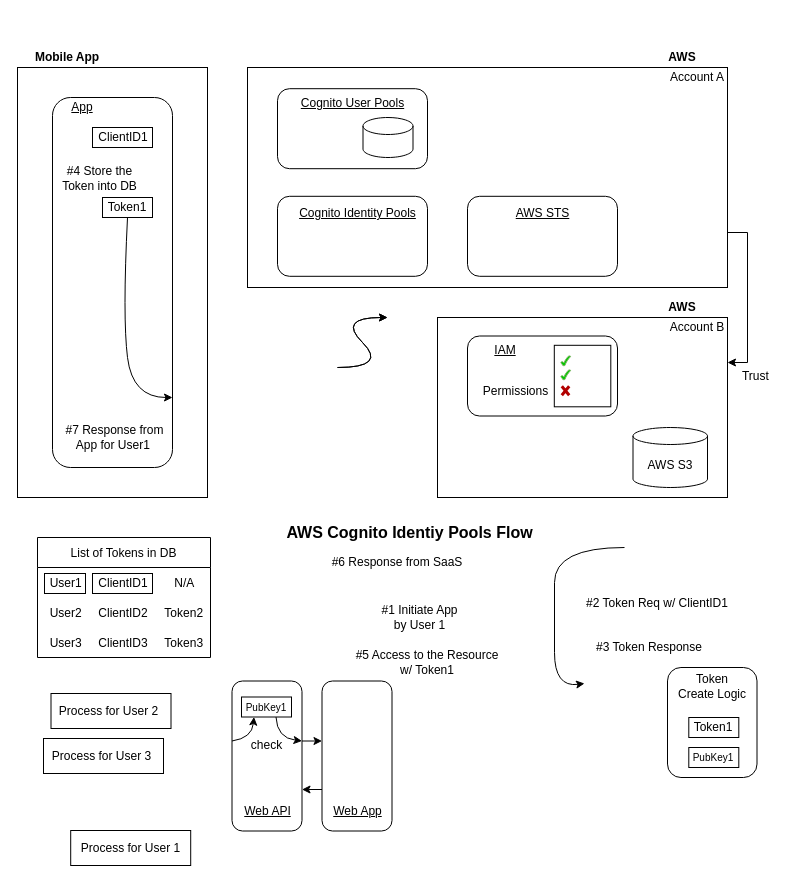
Before: AWS_Cognito.drawio in developer-onizuka/OAuth2.0_Authorization, a draw.io diagram. Source tidied: cells renumbered, new cells numbered last; positions are measured from the earlier drawing's top-left corner, leaving out a move shared by most shapes. Both pictures are drawn from the tidied source at 100%, with x=0, y=0 at pixel (17, 47).
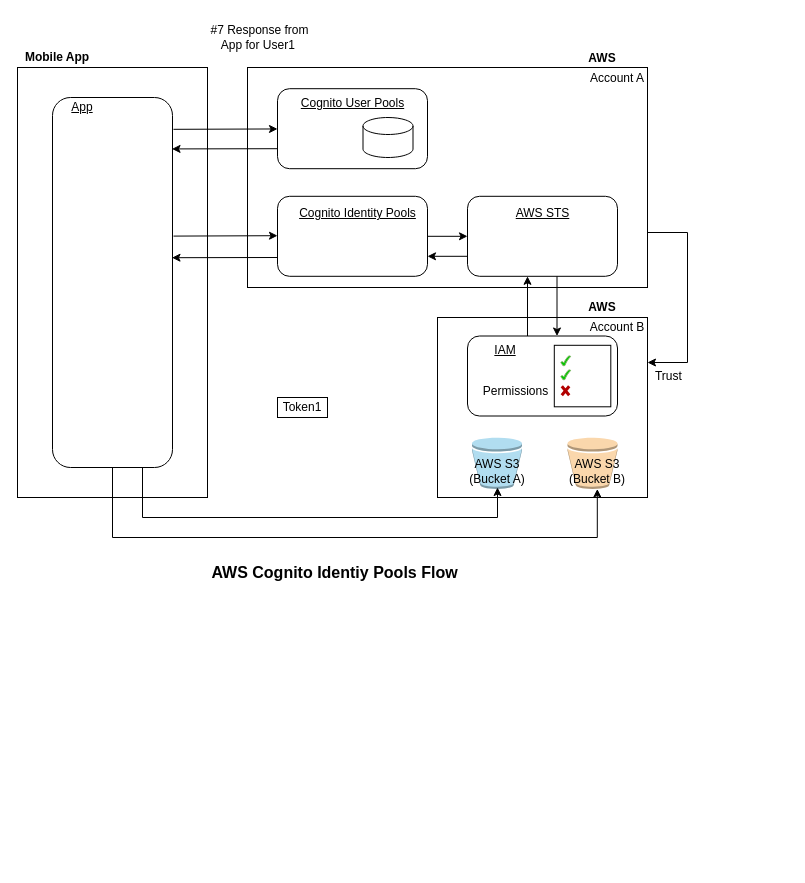
The same diagram, later.

Unchanged cells that the change refers to:
```xml
<mxCell id="3" style="rounded=1;whiteSpace=wrap;html=1;" parent="1" vertex="1">
  <mxGeometry x="35" y="50" width="120" height="370" as="geometry" />
</mxCell>
<mxCell id="14" style="rounded=1;whiteSpace=wrap;html=1;" parent="1" vertex="1">
  <mxGeometry x="260" y="148.8" width="150" height="80" as="geometry" />
</mxCell>
<mxCell id="58" style="rounded=1;whiteSpace=wrap;html=1;" parent="1" vertex="1">
  <mxGeometry x="450" y="148.8" width="150" height="80" as="geometry" />
</mxCell>
<mxCell id="62" style="rounded=1;whiteSpace=wrap;html=1;" parent="1" vertex="1">
  <mxGeometry x="260" y="41.2" width="150" height="80" as="geometry" />
</mxCell>
```

What changed in the source:
```diff
@@
-    <mxCell id="5" value="List of Tokens in DB" style="swimlane;fontStyle=0;horizontal=1;startSize=30;" parent="1" vertex="1">
-      <mxGeometry x="20" y="490" width="173" height="120" as="geometry" />
-    </mxCell>
-    <mxCell id="6" value="  User1     ClientID1        N/A" style="text;strokeColor=none;fillColor=none;align=left;verticalAlign=middle;spacingLeft=4;spacingRight=4;overflow=hidden;points=[[0,0.5],[1,0.5]];portConstraint=eastwest;" parent="5" vertex="1">
-      <mxGeometry y="30" width="173" height="30" as="geometry" />
-    </mxCell>
-    <mxCell id="7" value="  User2     ClientID2     Token2" style="text;strokeColor=none;fillColor=none;align=left;verticalAlign=middle;spacingLeft=4;spacingRight=4;overflow=hidden;" parent="5" vertex="1">
-      <mxGeometry y="60" width="173" height="30" as="geometry" />
-    </mxCell>
-    <mxCell id="8" value="  User3     ClientID3     Token3" style="text;strokeColor=none;fillColor=none;align=left;verticalAlign=middle;spacingLeft=4;spacingRight=4;overflow=hidden;" parent="5" vertex="1">
-      <mxGeometry y="90" width="173" height="30" as="geometry" />
-    </mxCell>
-    <mxCell id="9" style="edgeStyle=orthogonalEdgeStyle;rounded=0;orthogonalLoop=1;jettySize=auto;html=1;exitX=1;exitY=0.5;exitDx=0;exitDy=0;" parent="5" edge="1" source="6" target="6">
-      <mxGeometry relative="1" as="geometry" />
-    </mxCell>
     <mxCell id="10" value="Mobile App" style="text;html=1;strokeColor=none;fillColor=none;align=center;verticalAlign=middle;whiteSpace=wrap;rounded=0;fontStyle=1;" parent="1" vertex="1">
-      <mxGeometry width="100" height="20" as="geometry" />
+      <mxGeometry width="80" height="20" as="geometry" />
     </mxCell>
     <mxCell id="11" style="edgeStyle=orthogonalEdgeStyle;rounded=0;jettySize=auto;html=1;exitX=1;exitY=0.75;exitDx=0;exitDy=0;entryX=1;entryY=0.25;entryDx=0;entryDy=0;startArrow=none;startFill=0;" parent="1" edge="1" source="12" target="18">
-      <mxGeometry relative="1" as="geometry" />
+      <mxGeometry relative="1" as="geometry">
+        <Array as="points">
+          <mxPoint x="670" y="185" />
+          <mxPoint x="670" y="315" />
+        </Array>
+      </mxGeometry>
     </mxCell>
     <mxCell id="12" style="rounded=0;whiteSpace=wrap;html=1;" parent="1" vertex="1">
-      <mxGeometry x="230" y="20" width="480" height="220" as="geometry" />
+      <mxGeometry x="230" y="20" width="400" height="220" as="geometry" />
     </mxCell>
     <mxCell id="13" value="AWS" style="text;html=1;strokeColor=none;fillColor=none;align=center;verticalAlign=middle;whiteSpace=wrap;rounded=0;fontStyle=1;" parent="1" vertex="1">
-      <mxGeometry x="620" width="90" height="20" as="geometry" />
+      <mxGeometry x="540" y="1.2" width="90" height="20" as="geometry" />
     </mxCell>
+    <mxCell id="77" style="edgeStyle=orthogonalEdgeStyle;rounded=0;jettySize=auto;html=1;exitX=1;exitY=0.5;exitDx=0;exitDy=0;entryX=0;entryY=0.5;entryDx=0;entryDy=0;startArrow=none;startFill=0;endArrow=classic;endFill=1;" parent="1" edge="1" source="14" target="58">
+      <mxGeometry relative="1" as="geometry" />
+    </mxCell>
@@
-    <mxCell id="16" value="#3 Token Response" style="text;html=1;strokeColor=none;fillColor=none;align=center;verticalAlign=middle;whiteSpace=wrap;rounded=0;" parent="1" vertex="1">
-      <mxGeometry x="552.3" y="590" width="160" height="20" as="geometry" />
-    </mxCell>
-    <mxCell id="17" value="#2 Token Req w/ ClientID1" style="text;html=1;strokeColor=none;fillColor=none;align=center;verticalAlign=middle;whiteSpace=wrap;rounded=0;" parent="1" vertex="1">
-      <mxGeometry x="560" y="546" width="160" height="20" as="geometry" />
-    </mxCell>
     <mxCell id="18" style="rounded=0;whiteSpace=wrap;html=1;" parent="1" vertex="1">
-      <mxGeometry x="420" y="270" width="290" height="180" as="geometry" />
+      <mxGeometry x="420" y="270" width="210" height="180" as="geometry" />
     </mxCell>
     <mxCell id="19" value="AWS" style="text;html=1;strokeColor=none;fillColor=none;align=center;verticalAlign=middle;whiteSpace=wrap;rounded=0;fontStyle=1;" parent="1" vertex="1">
-      <mxGeometry x="620" y="250" width="90" height="20" as="geometry" />
+      <mxGeometry x="540" y="250" width="90" height="20" as="geometry" />
     </mxCell>
-    <mxCell id="20" value="#4 Store the Token into DB" style="text;html=1;strokeColor=none;fillColor=none;align=center;verticalAlign=middle;whiteSpace=wrap;rounded=0;" parent="1" vertex="1">
-      <mxGeometry x="35" y="112.5" width="95" height="37.5" as="geometry" />
-    </mxCell>
-    <mxCell id="21" value="#5 Access to the Resource&lt;br&gt;w/ Token1" style="text;html=1;strokeColor=none;fillColor=none;align=center;verticalAlign=middle;whiteSpace=wrap;rounded=0;" parent="1" vertex="1">
-      <mxGeometry x="330" y="600" width="160" height="30" as="geometry" />
-    </mxCell>
-    <mxCell id="22" style="rounded=0;whiteSpace=wrap;html=1;" parent="1" vertex="1">
-      <mxGeometry x="85" y="150" width="50" height="20" as="geometry" />
-    </mxCell>
-    <mxCell id="23" value="Token1" style="text;html=1;strokeColor=none;fillColor=none;align=center;verticalAlign=middle;whiteSpace=wrap;rounded=0;" parent="1" vertex="1">
-      <mxGeometry x="85" y="150" width="50" height="20" as="geometry" />
-    </mxCell>
     <mxCell id="24" value="Account A" style="text;html=1;strokeColor=none;fillColor=none;align=center;verticalAlign=middle;whiteSpace=wrap;rounded=0;" parent="1" vertex="1">
-      <mxGeometry x="650" y="20" width="60" height="20" as="geometry" />
+      <mxGeometry x="570" y="21.2" width="60" height="20" as="geometry" />
     </mxCell>
-    <mxCell id="25" style="rounded=0;whiteSpace=wrap;html=1;fillColor=none;strokeColor=#000000;" parent="1" vertex="1">
-      <mxGeometry x="75" y="526" width="60" height="20" as="geometry" />
-    </mxCell>
-    <mxCell id="26" style="rounded=0;whiteSpace=wrap;html=1;" parent="1" vertex="1">
-      <mxGeometry x="75" y="80" width="60" height="20" as="geometry" />
-    </mxCell>
-    <mxCell id="27" value="ClientID1" style="text;html=1;strokeColor=none;fillColor=none;align=center;verticalAlign=middle;whiteSpace=wrap;rounded=0;" parent="1" vertex="1">
-      <mxGeometry x="76" y="80" width="60" height="20" as="geometry" />
-    </mxCell>
-    <mxCell id="28" value="#6 Response from SaaS" style="text;html=1;strokeColor=none;fillColor=none;align=center;verticalAlign=middle;whiteSpace=wrap;rounded=0;" parent="1" vertex="1">
-      <mxGeometry x="300" y="500" width="160" height="30" as="geometry" />
-    </mxCell>
-    <mxCell id="29" style="curved=1;endArrow=classic;html=1;rounded=0;exitX=0.5;exitY=1;exitDx=0;exitDy=0;" parent="1" edge="1" source="23">
-      <mxGeometry relative="1" as="geometry">
-        <mxPoint x="155" y="350" as="targetPoint" />
-        <Array as="points">
-          <mxPoint x="105" y="270" />
-          <mxPoint x="115" y="350" />
-        </Array>
-      </mxGeometry>
-    </mxCell>
-    <mxCell id="30" style="rounded=1;whiteSpace=wrap;html=1;" parent="1" vertex="1">
-      <mxGeometry x="214.5" y="633.5" width="70" height="150" as="geometry" />
-    </mxCell>
-    <mxCell id="31" value="Web API" style="text;html=1;strokeColor=none;fillColor=none;align=center;verticalAlign=middle;whiteSpace=wrap;rounded=0;fontStyle=4;" parent="1" vertex="1">
-      <mxGeometry x="214.5" y="753.5" width="71" height="20" as="geometry" />
-    </mxCell>
-    <mxCell id="32" style="edgeStyle=orthogonalEdgeStyle;rounded=0;orthogonalLoop=1;jettySize=auto;html=1;exitX=0;exitY=0.75;exitDx=0;exitDy=0;entryX=1;entryY=0.75;entryDx=0;entryDy=0;endArrow=classic;endFill=1;" parent="1" edge="1">
-      <mxGeometry relative="1" as="geometry">
-        <mxPoint x="304.5" y="742" as="sourcePoint" />
-        <mxPoint x="284.5" y="742" as="targetPoint" />
-      </mxGeometry>
-    </mxCell>
-    <mxCell id="33" style="rounded=1;whiteSpace=wrap;html=1;" parent="1" vertex="1">
-      <mxGeometry x="304.5" y="633.5" width="70" height="150" as="geometry" />
-    </mxCell>
-    <mxCell id="34" value="Web App" style="text;html=1;strokeColor=none;fillColor=none;align=center;verticalAlign=middle;whiteSpace=wrap;rounded=0;fontStyle=4;" parent="1" vertex="1">
-      <mxGeometry x="304.5" y="753.5" width="71" height="20" as="geometry" />
-    </mxCell>
-    <mxCell id="35" style="rounded=1;whiteSpace=wrap;html=1;" parent="1" vertex="1">
-      <mxGeometry x="650" y="620" width="89.5" height="110" as="geometry" />
-    </mxCell>
-    <mxCell id="36" value="Token&lt;br&gt;Create Logic" style="text;html=1;strokeColor=none;fillColor=none;align=center;verticalAlign=middle;whiteSpace=wrap;rounded=0;" parent="1" vertex="1">
-      <mxGeometry x="651.5" y="621" width="86" height="35" as="geometry" />
-    </mxCell>
-    <mxCell id="37" style="rounded=0;whiteSpace=wrap;html=1;" parent="1" vertex="1">
-      <mxGeometry x="671.3" y="670" width="50" height="20" as="geometry" />
-    </mxCell>
-    <mxCell id="38" value="Token1" style="text;html=1;strokeColor=none;fillColor=none;align=center;verticalAlign=middle;whiteSpace=wrap;rounded=0;" parent="1" vertex="1">
-      <mxGeometry x="671.3" y="670" width="50" height="20" as="geometry" />
-    </mxCell>
-    <mxCell id="39" style="rounded=0;whiteSpace=wrap;html=1;" parent="1" vertex="1">
-      <mxGeometry x="53.2" y="783" width="120" height="35" as="geometry" />
-    </mxCell>
-    <mxCell id="40" value="Process for User 1" style="text;html=1;strokeColor=none;fillColor=none;align=center;verticalAlign=middle;whiteSpace=wrap;rounded=0;" parent="1" vertex="1">
-      <mxGeometry x="59.8" y="790.5" width="107" height="20" as="geometry" />
-    </mxCell>
-    <mxCell id="41" style="rounded=0;whiteSpace=wrap;html=1;" parent="1" vertex="1">
-      <mxGeometry x="26" y="691" width="120" height="35" as="geometry" />
-    </mxCell>
-    <mxCell id="42" value="Process for User 3" style="text;html=1;strokeColor=none;fillColor=none;align=center;verticalAlign=middle;whiteSpace=wrap;rounded=0;" parent="1" vertex="1">
-      <mxGeometry x="30.5" y="698.5" width="107" height="20" as="geometry" />
-    </mxCell>
-    <mxCell id="43" style="rounded=0;whiteSpace=wrap;html=1;" parent="1" vertex="1">
-      <mxGeometry x="33.5" y="646" width="120" height="35" as="geometry" />
-    </mxCell>
-    <mxCell id="44" value="Process for User 2" style="text;html=1;strokeColor=none;fillColor=none;align=center;verticalAlign=middle;whiteSpace=wrap;rounded=0;" parent="1" vertex="1">
-      <mxGeometry x="38" y="653.5" width="107" height="20" as="geometry" />
-    </mxCell>
-    <mxCell id="45" value="#1 Initiate App &lt;br&gt;by User 1" style="text;html=1;strokeColor=none;fillColor=none;align=center;verticalAlign=middle;whiteSpace=wrap;rounded=0;" parent="1" vertex="1">
-      <mxGeometry x="350" y="550" width="105" height="40" as="geometry" />
-    </mxCell>
     <mxCell id="46" value="#7 Response from App for User1&amp;nbsp;" style="text;html=1;strokeColor=none;fillColor=none;align=center;verticalAlign=middle;whiteSpace=wrap;rounded=0;" parent="1" vertex="1">
-      <mxGeometry x="45" y="370" width="105" height="40" as="geometry" />
+      <mxGeometry x="190" y="-30" width="105" height="40" as="geometry" />
     </mxCell>
-    <mxCell id="47" style="rounded=0;whiteSpace=wrap;html=1;fillColor=none;strokeColor=#000000;" parent="1" vertex="1">
-      <mxGeometry x="27" y="526" width="41" height="20" as="geometry" />
-    </mxCell>
     <mxCell id="48" value="&lt;font style=&quot;font-size: 16px;&quot;&gt;AWS Cognito Identiy Pools Flow&lt;/font&gt;" style="text;html=1;strokeColor=none;fillColor=none;align=center;verticalAlign=middle;whiteSpace=wrap;rounded=0;fontStyle=1;strokeWidth=1;" parent="1" vertex="1">
-      <mxGeometry x="230" y="470" width="324.5" height="30" as="geometry" />
+      <mxGeometry x="155" y="510" width="324.5" height="30" as="geometry" />
     </mxCell>
-    <mxCell id="49" style="rounded=0;whiteSpace=wrap;html=1;" parent="1" vertex="1">
-      <mxGeometry x="671.3" y="700" width="50" height="20" as="geometry" />
-    </mxCell>
-    <mxCell id="50" value="&lt;font style=&quot;font-size: 10px;&quot;&gt;PubKey1&lt;/font&gt;" style="text;html=1;strokeColor=none;fillColor=none;align=center;verticalAlign=middle;whiteSpace=wrap;rounded=0;" parent="1" vertex="1">
-      <mxGeometry x="671.3" y="700" width="50" height="20" as="geometry" />
-    </mxCell>
-    <mxCell id="51" style="rounded=0;whiteSpace=wrap;html=1;" parent="1" vertex="1">
-      <mxGeometry x="224" y="649.5" width="50" height="20" as="geometry" />
-    </mxCell>
-    <mxCell id="52" value="&lt;font style=&quot;font-size: 10px;&quot;&gt;PubKey1&lt;/font&gt;" style="text;html=1;strokeColor=none;fillColor=none;align=center;verticalAlign=middle;whiteSpace=wrap;rounded=0;" parent="1" vertex="1">
-      <mxGeometry x="224" y="649.5" width="50" height="20" as="geometry" />
-    </mxCell>
-    <mxCell id="53" style="curved=1;endArrow=classic;html=1;rounded=0;" parent="1" edge="1">
-      <mxGeometry relative="1" as="geometry">
-        <mxPoint x="607" y="500" as="sourcePoint" />
-        <mxPoint x="567" y="636" as="targetPoint" />
-        <Array as="points">
-          <mxPoint x="537" y="500" />
-          <mxPoint x="537" y="570" />
-          <mxPoint x="537" y="640" />
-        </Array>
-      </mxGeometry>
-    </mxCell>
-    <mxCell id="54" style="curved=1;endArrow=classic;html=1;rounded=0;entryX=0.25;entryY=1;entryDx=0;entryDy=0;" parent="1" edge="1" target="52">
-      <mxGeometry relative="1" as="geometry">
-        <mxPoint x="214.5" y="693.5" as="sourcePoint" />
-        <Array as="points">
-          <mxPoint x="234.5" y="690.5" />
-        </Array>
-      </mxGeometry>
-    </mxCell>
-    <mxCell id="55" style="curved=1;endArrow=classic;html=1;rounded=0;" parent="1" edge="1">
-      <mxGeometry relative="1" as="geometry">
-        <mxPoint x="258.5" y="669.5" as="sourcePoint" />
-        <mxPoint x="284.5" y="693.5" as="targetPoint" />
-        <Array as="points">
-          <mxPoint x="259.5" y="690.5" />
-        </Array>
-      </mxGeometry>
-    </mxCell>
-    <mxCell id="56" value="check" style="text;html=1;strokeColor=none;fillColor=none;align=center;verticalAlign=middle;whiteSpace=wrap;rounded=0;" parent="1" vertex="1">
-      <mxGeometry x="222.8" y="686.5" width="52.5" height="23" as="geometry" />
-    </mxCell>
-    <mxCell id="57" style="endArrow=classic;html=1;rounded=0;" parent="1" edge="1">
-      <mxGeometry relative="1" as="geometry">
-        <mxPoint x="284.5" y="693.5" as="sourcePoint" />
-        <mxPoint x="304.5" y="693.5" as="targetPoint" />
-      </mxGeometry>
-    </mxCell>
+    <mxCell id="78" style="edgeStyle=orthogonalEdgeStyle;rounded=0;jettySize=auto;html=1;exitX=0;exitY=0.75;exitDx=0;exitDy=0;entryX=1;entryY=0.75;entryDx=0;entryDy=0;startArrow=none;startFill=0;endArrow=classic;endFill=1;" parent="1" edge="1" source="58" target="14">
+      <mxGeometry relative="1" as="geometry" />
+    </mxCell>
+    <mxCell id="79" style="edgeStyle=orthogonalEdgeStyle;rounded=0;orthogonalLoop=1;jettySize=auto;html=1;exitX=0.5;exitY=1;exitDx=0;exitDy=0;entryX=0.5;entryY=0;entryDx=0;entryDy=0;startArrow=classic;startFill=1;endArrow=none;endFill=0;" parent="1" edge="1">
+      <mxGeometry relative="1" as="geometry">
+        <mxPoint x="510" y="228.8" as="sourcePoint" />
+        <mxPoint x="510" y="288.5" as="targetPoint" />
+      </mxGeometry>
+    </mxCell>
@@
+    <mxCell id="80" style="edgeStyle=orthogonalEdgeStyle;rounded=0;orthogonalLoop=1;jettySize=auto;html=1;exitX=0.75;exitY=0;exitDx=0;exitDy=0;entryX=0.75;entryY=1;entryDx=0;entryDy=0;startArrow=classic;startFill=1;endArrow=none;endFill=0;" parent="1" edge="1">
+      <mxGeometry relative="1" as="geometry">
+        <mxPoint x="539.5" y="288.5" as="sourcePoint" />
+        <mxPoint x="539.5" y="228.8" as="targetPoint" />
+      </mxGeometry>
+    </mxCell>
@@
     <mxCell id="64" value="Account B" style="text;html=1;strokeColor=none;fillColor=none;align=center;verticalAlign=middle;whiteSpace=wrap;rounded=0;" parent="1" vertex="1">
-      <mxGeometry x="650" y="270" width="60" height="20" as="geometry" />
+      <mxGeometry x="570" y="270" width="60" height="20" as="geometry" />
     </mxCell>
@@
-    <mxCell id="66" style="shape=cylinder3;whiteSpace=wrap;html=1;boundedLbl=1;backgroundOutline=1;size=8.5;" parent="1" vertex="1">
-      <mxGeometry x="615.5" y="380" width="74.5" height="60" as="geometry" />
-    </mxCell>
-    <mxCell id="67" value="AWS S3" style="text;html=1;strokeColor=none;fillColor=none;align=center;verticalAlign=middle;whiteSpace=wrap;rounded=0;" parent="1" vertex="1">
-      <mxGeometry x="610" y="400" width="86" height="35" as="geometry" />
-    </mxCell>
@@
-    <mxCell id="74" style="curved=1;endArrow=classic;html=1;rounded=0;" parent="1" edge="1">
-      <mxGeometry relative="1" as="geometry">
-        <mxPoint x="320" y="320" as="sourcePoint" />
-        <mxPoint x="370" y="270" as="targetPoint" />
-        <Array as="points">
-          <mxPoint x="370" y="320" />
-          <mxPoint x="320" y="270" />
-        </Array>
-      </mxGeometry>
-    </mxCell>
-    <mxCell id="75" style="curved=1;endArrow=classic;html=1;rounded=0;" parent="1" edge="1">
-      <mxGeometry relative="1" as="geometry">
-        <mxPoint x="320" y="320" as="sourcePoint" />
-        <mxPoint x="370" y="270" as="targetPoint" />
-        <Array as="points">
-          <mxPoint x="370" y="320" />
-          <mxPoint x="320" y="270" />
-        </Array>
-      </mxGeometry>
-    </mxCell>
     <mxCell id="76" value="Trust&amp;nbsp;" style="text;html=1;strokeColor=none;fillColor=none;align=center;verticalAlign=middle;whiteSpace=wrap;rounded=0;" parent="1" vertex="1">
-      <mxGeometry x="710" y="318.5" width="60" height="20" as="geometry" />
+      <mxGeometry x="622.7" y="318.5" width="60" height="20" as="geometry" />
     </mxCell>
+    <mxCell id="81" style="group;" parent="1" vertex="1">
+      <mxGeometry x="260" y="350" width="50" height="20" as="geometry" />
+    </mxCell>
+    <mxCell id="22" style="rounded=0;whiteSpace=wrap;html=1;" parent="81" vertex="1">
+      <mxGeometry width="50" height="20" as="geometry" />
+    </mxCell>
+    <mxCell id="23" value="Token1" style="text;html=1;strokeColor=none;fillColor=none;align=center;verticalAlign=middle;whiteSpace=wrap;rounded=0;" parent="81" vertex="1">
+      <mxGeometry width="50" height="20" as="geometry" />
+    </mxCell>
+    <mxCell id="82" style="endArrow=classic;html=1;rounded=0;exitX=1.008;exitY=0.086;exitDx=0;exitDy=0;exitPerimeter=0;" parent="1" edge="1" source="3" target="62">
+      <mxGeometry relative="1" as="geometry" />
+    </mxCell>
+    <mxCell id="83" style="dashed=0;verticalLabelPosition=bottom;verticalAlign=top;align=center;html=1;shape=mxgraph.aws3.bucket;fillColor=#fad7ac;strokeColor=#b46504;" parent="1" vertex="1">
+      <mxGeometry x="550" y="390" width="50" height="51.5" as="geometry" />
+    </mxCell>
+    <mxCell id="84" style="dashed=0;verticalLabelPosition=bottom;verticalAlign=top;align=center;html=1;shape=mxgraph.aws3.bucket;fillColor=#b1ddf0;strokeColor=#10739e;" parent="1" vertex="1">
+      <mxGeometry x="454.5" y="390" width="50" height="51.5" as="geometry" />
+    </mxCell>
+    <mxCell id="85" value="AWS S3&lt;br&gt;(Bucket B)" style="text;html=1;strokeColor=none;fillColor=none;align=center;verticalAlign=middle;whiteSpace=wrap;rounded=0;" parent="1" vertex="1">
+      <mxGeometry x="536.8" y="406.5" width="86" height="35" as="geometry" />
+    </mxCell>
+    <mxCell id="67" value="AWS S3&lt;br&gt;(Bucket A)" style="text;html=1;strokeColor=none;fillColor=none;align=center;verticalAlign=middle;whiteSpace=wrap;rounded=0;" parent="1" vertex="1">
+      <mxGeometry x="436.5" y="406.5" width="86" height="35" as="geometry" />
+    </mxCell>
+    <mxCell id="86" style="endArrow=classic;html=1;rounded=0;exitX=0;exitY=0.75;exitDx=0;exitDy=0;entryX=0.996;entryY=0.139;entryDx=0;entryDy=0;entryPerimeter=0;" parent="1" edge="1" source="62" target="3">
+      <mxGeometry relative="1" as="geometry" />
+    </mxCell>
+    <mxCell id="87" style="endArrow=classic;html=1;rounded=0;exitX=1.008;exitY=0.086;exitDx=0;exitDy=0;exitPerimeter=0;" parent="1" edge="1">
+      <mxGeometry relative="1" as="geometry">
+        <mxPoint x="156" y="188.6" as="sourcePoint" />
+        <mxPoint x="260" y="188.2" as="targetPoint" />
+      </mxGeometry>
+    </mxCell>
+    <mxCell id="88" style="endArrow=classic;html=1;rounded=0;exitX=0;exitY=0.75;exitDx=0;exitDy=0;entryX=0.996;entryY=0.139;entryDx=0;entryDy=0;entryPerimeter=0;" parent="1" edge="1">
+      <mxGeometry relative="1" as="geometry">
+        <mxPoint x="260" y="210" as="sourcePoint" />
+        <mxPoint x="154.5" y="210.2" as="targetPoint" />
+      </mxGeometry>
+    </mxCell>
+    <mxCell id="89" style="edgeStyle=orthogonalEdgeStyle;rounded=0;jettySize=auto;html=1;exitX=0.75;exitY=1;exitDx=0;exitDy=0;startArrow=none;startFill=0;endArrow=classic;endFill=1;" parent="1" edge="1" source="3">
+      <mxGeometry relative="1" as="geometry">
+        <mxPoint x="480" y="440" as="targetPoint" />
+        <Array as="points">
+          <mxPoint x="125" y="470" />
+          <mxPoint x="480" y="470" />
+        </Array>
+      </mxGeometry>
+    </mxCell>
+    <mxCell id="90" style="edgeStyle=orthogonalEdgeStyle;rounded=0;jettySize=auto;html=1;exitX=0.5;exitY=1;exitDx=0;exitDy=0;entryX=0.5;entryY=1;entryDx=0;entryDy=0;startArrow=none;startFill=0;endArrow=classic;endFill=1;" parent="1" edge="1" source="3" target="85">
+      <mxGeometry relative="1" as="geometry">
+        <Array as="points">
+          <mxPoint x="95" y="490" />
+          <mxPoint x="580" y="490" />
+        </Array>
+      </mxGeometry>
+    </mxCell>
```
